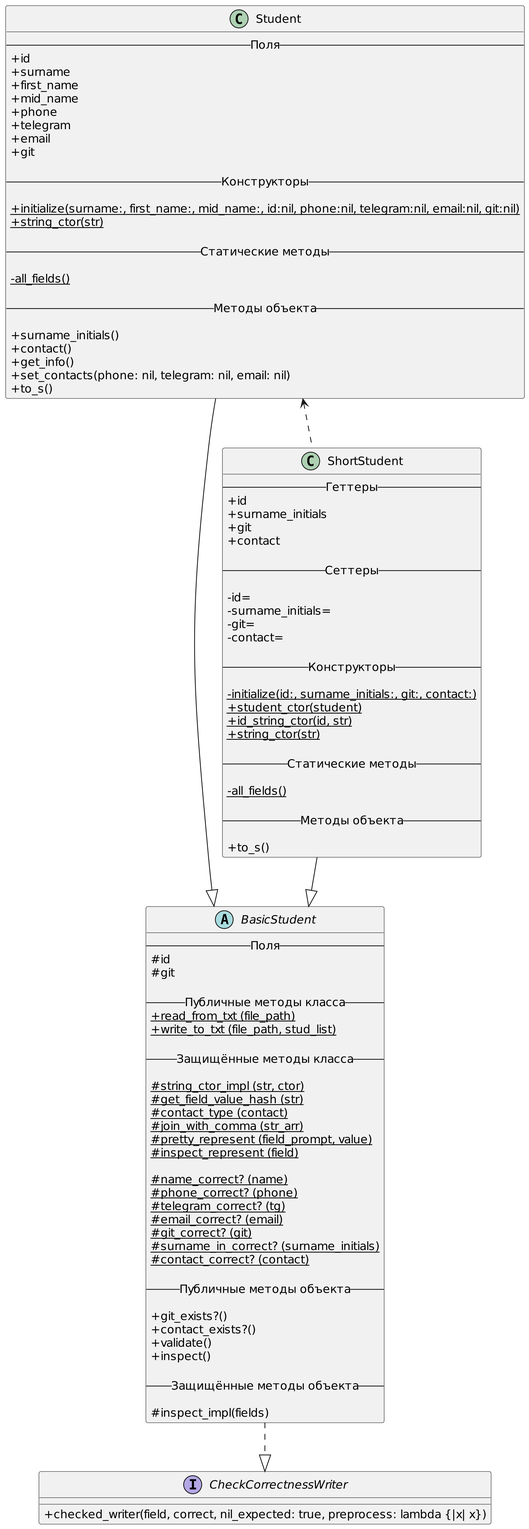
The PlantUML diagram LR2/uml/uml.png in wintttr/OOP, before a commit.
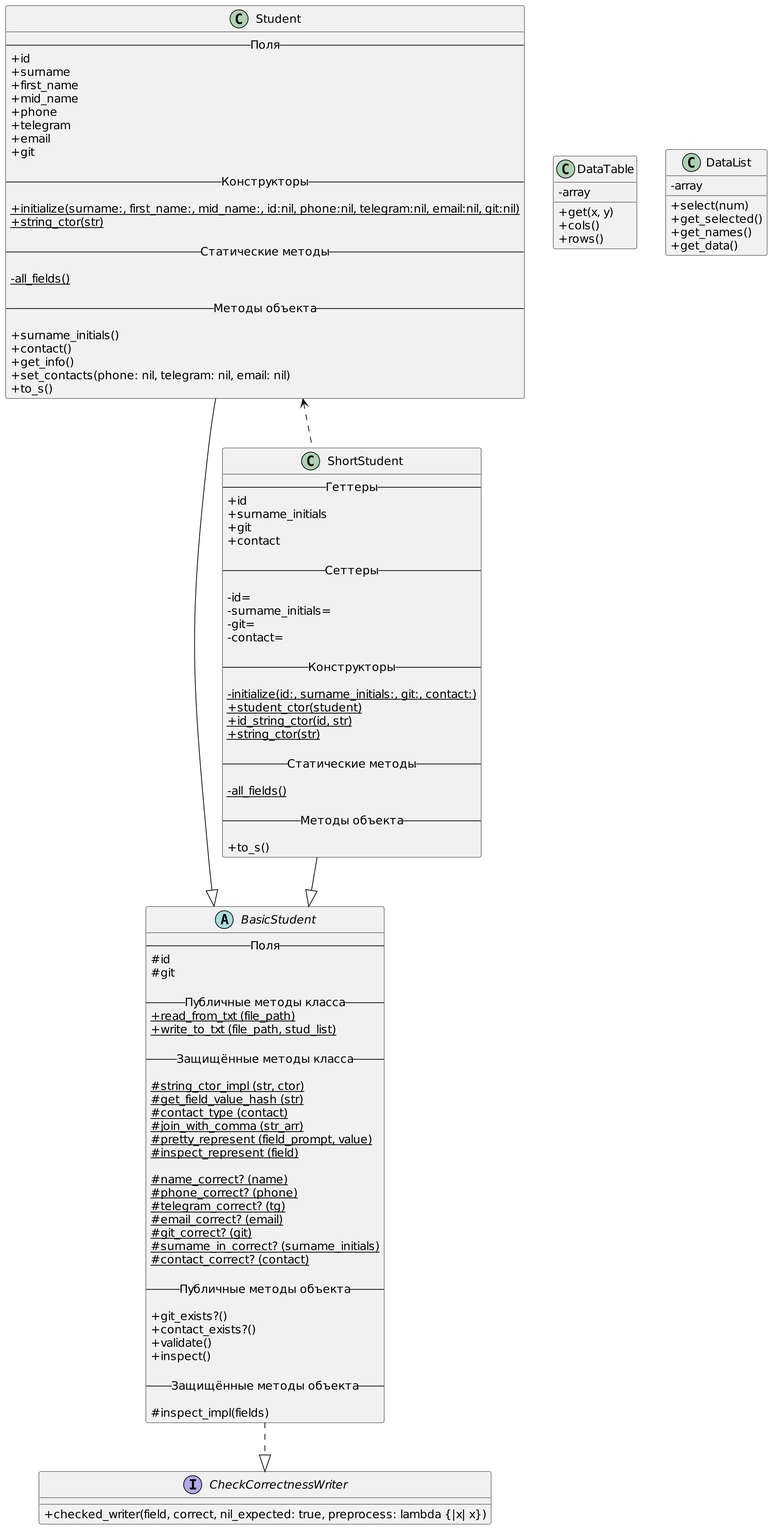
Later version of the same file.

Commit message:
Добавил классы DataList и DataTable. Потом отрефакторю

Change to the diagram source:
```diff
@@ -99,6 +99,23 @@
 	{method} + to_s()
 }
 
+class DataTable {
+	{field} - array
+
+	{method} + get(x, y)
+	{method} + cols()
+	{method} + rows()
+}
+
+class DataList {
+	{field} - array
+
+	{method} + select(num)
+	{method} + get_selected()
+	{method} + get_names()
+	{method} + get_data()
+}
+
 interface CheckCorrectnessWriter {
 	{method} + checked_writer(field, correct, nil_expected: true, preprocess: lambda {|x| x})
 }
```
